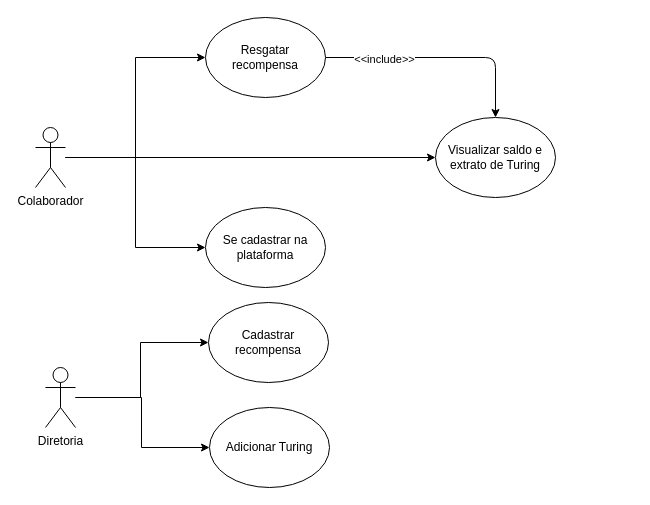
Earlier version of the draw.io diagram diagrama_caso_de_uso.drawio (Capitaozila/Higia-Turing). Source tidied: cells renumbered, new cells numbered last; positions are measured from the earlier drawing's top-left corner, leaving out a move shared by most shapes. Both pictures are drawn from the tidied source at 100%, with x=0, y=0 at pixel (35, 17).
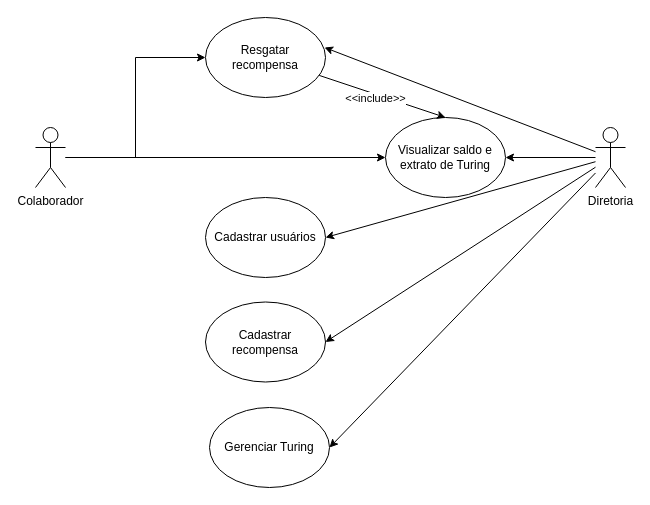
The same page after the edit.

Commit message:
casos de uso da diretoria atualizados

The change refers to these unchanged cells:
```xml
<mxCell id="5" value="&lt;div&gt;Colaborador&lt;/div&gt;" style="shape=umlActor;verticalLabelPosition=bottom;verticalAlign=top;html=1;" parent="1" vertex="1">
  <mxGeometry y="110" width="30" height="60" as="geometry" />
</mxCell>
<mxCell id="12" value="Resgatar recompensa" style="ellipse;whiteSpace=wrap;html=1;" parent="1" vertex="1">
  <mxGeometry x="170" width="120" height="80" as="geometry" />
</mxCell>
```

The edit, as a diff of the source:
```diff
@@
-    <mxCell id="4" style="edgeStyle=orthogonalEdgeStyle;rounded=0;jettySize=auto;html=1;entryX=0;entryY=0.5;entryDx=0;entryDy=0;" parent="1" edge="1" source="5" target="13">
-      <mxGeometry relative="1" as="geometry" />
-    </mxCell>
@@
     <mxCell id="6" value="Visualizar saldo e extrato de Turing" style="ellipse;whiteSpace=wrap;html=1;" parent="1" vertex="1">
-      <mxGeometry x="400" y="100" width="120" height="80" as="geometry" />
+      <mxGeometry x="350" y="100" width="120" height="80" as="geometry" />
     </mxCell>
+    <mxCell id="8" style="edgeStyle=none;html=1;entryX=1;entryY=0.5;entryDx=0;entryDy=0;" parent="1" edge="1" source="9" target="14">
+      <mxGeometry relative="1" as="geometry" />
+    </mxCell>
+    <mxCell id="16" style="edgeStyle=none;html=1;entryX=1;entryY=0.5;entryDx=0;entryDy=0;" parent="1" edge="1" source="9" target="13">
+      <mxGeometry relative="1" as="geometry" />
+    </mxCell>
-    <mxCell id="7" style="edgeStyle=orthogonalEdgeStyle;rounded=0;jettySize=auto;html=1;entryX=0;entryY=0.5;entryDx=0;entryDy=0;" parent="1" edge="1" source="9" target="15">
-      <mxGeometry relative="1" as="geometry">
-        <Array as="points">
-          <mxPoint x="106" y="380" />
-          <mxPoint x="106" y="430" />
-        </Array>
-      </mxGeometry>
+    <mxCell id="7" style="edgeStyle=none;html=1;entryX=1;entryY=0.5;entryDx=0;entryDy=0;" parent="1" edge="1" source="9" target="15">
+      <mxGeometry relative="1" as="geometry" />
     </mxCell>
-    <mxCell id="8" style="edgeStyle=orthogonalEdgeStyle;rounded=0;jettySize=auto;html=1;entryX=0;entryY=0.5;entryDx=0;entryDy=0;" parent="1" edge="1" source="9" target="14">
-      <mxGeometry relative="1" as="geometry">
-        <Array as="points">
-          <mxPoint x="105" y="380" />
-          <mxPoint x="105" y="325" />
-        </Array>
-      </mxGeometry>
-    </mxCell>
+    <mxCell id="17" style="edgeStyle=none;html=1;entryX=0.992;entryY=0.375;entryDx=0;entryDy=0;entryPerimeter=0;" parent="1" edge="1" source="9" target="12">
+      <mxGeometry relative="1" as="geometry" />
+    </mxCell>
+    <mxCell id="18" style="edgeStyle=none;html=1;entryX=1;entryY=0.5;entryDx=0;entryDy=0;" parent="1" edge="1" source="9" target="6">
+      <mxGeometry relative="1" as="geometry" />
+    </mxCell>
     <mxCell id="9" value="Diretoria" style="shape=umlActor;verticalLabelPosition=bottom;verticalAlign=top;html=1;" parent="1" vertex="1">
-      <mxGeometry x="10" y="350" width="30" height="60" as="geometry" />
+      <mxGeometry x="560" y="110" width="30" height="60" as="geometry" />
     </mxCell>
     <mxCell id="10" style="edgeStyle=none;html=1;entryX=0.5;entryY=0;entryDx=0;entryDy=0;" parent="1" edge="1" source="12" target="6">
-      <mxGeometry relative="1" as="geometry">
-        <Array as="points">
-          <mxPoint x="460" y="40" />
-        </Array>
-      </mxGeometry>
+      <mxGeometry relative="1" as="geometry" />
     </mxCell>
     <mxCell id="11" value="&amp;lt;&amp;lt;include&amp;gt;&amp;gt;" style="edgeLabel;html=1;align=center;verticalAlign=middle;" parent="10" vertex="1">
-      <mxGeometry x="-0.5" y="-1" relative="1" as="geometry" />
+      <mxGeometry x="-0.5" y="-1" relative="1" as="geometry">
+        <mxPoint x="25" y="11" as="offset" />
+      </mxGeometry>
     </mxCell>
@@
-    <mxCell id="13" value="Se cadastrar na plataforma" style="ellipse;whiteSpace=wrap;html=1;" parent="1" vertex="1">
-      <mxGeometry x="170" y="190" width="120" height="80" as="geometry" />
+    <mxCell id="13" value="Cadastrar usuários" style="ellipse;whiteSpace=wrap;html=1;" parent="1" vertex="1">
+      <mxGeometry x="170" y="180" width="120" height="80" as="geometry" />
     </mxCell>
     <mxCell id="14" value="Cadastrar recompensa" style="ellipse;whiteSpace=wrap;html=1;" parent="1" vertex="1">
-      <mxGeometry x="173" y="285" width="120" height="80" as="geometry" />
+      <mxGeometry x="170" y="284.5" width="120" height="80" as="geometry" />
     </mxCell>
-    <mxCell id="15" value="Adicionar Turing" style="ellipse;whiteSpace=wrap;html=1;" parent="1" vertex="1">
+    <mxCell id="15" value="Gerenciar Turing" style="ellipse;whiteSpace=wrap;html=1;" parent="1" vertex="1">
       <mxGeometry x="174" y="390" width="120" height="80" as="geometry" />
     </mxCell>
```
